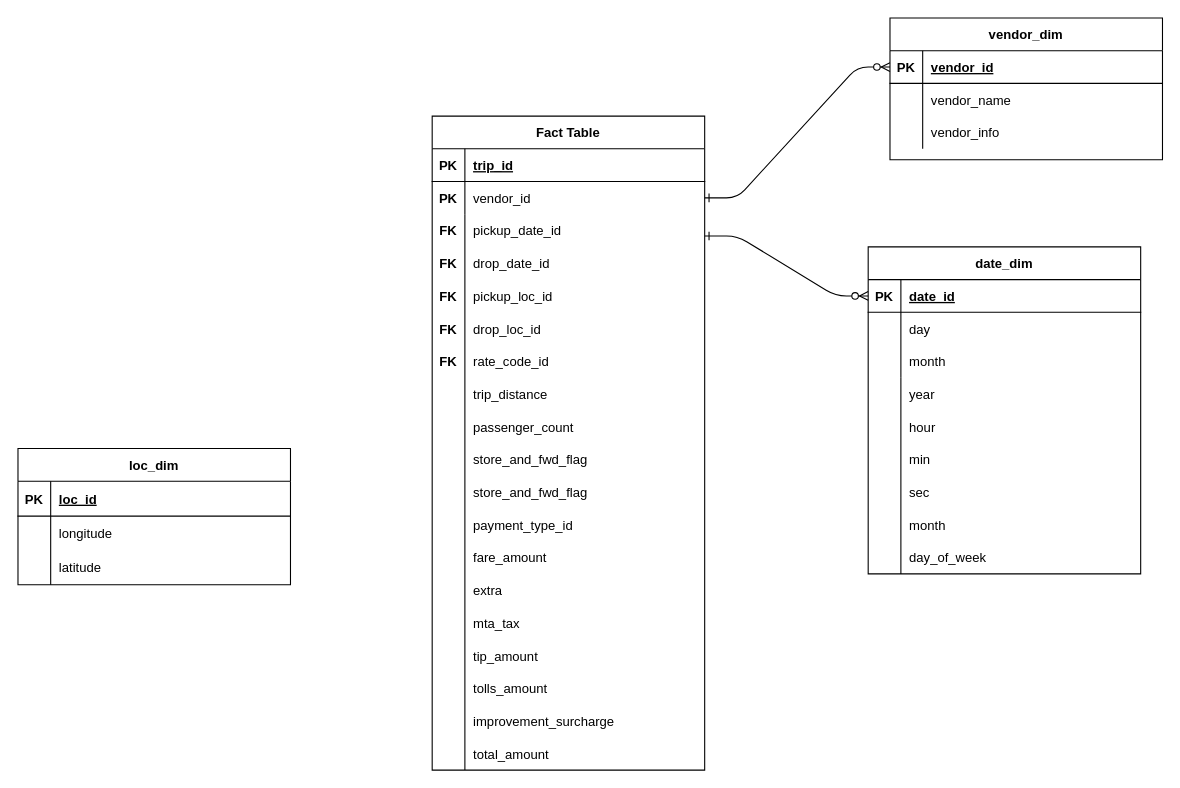
Before: Untitled Diagram.drawio in im-aditi/Uber-DataEngg, a draw.io diagram. Source tidied: cells renumbered, new cells numbered last; positions are measured from the earlier drawing's top-left corner, leaving out a move shared by most shapes. Both pictures are drawn from the tidied source at 109%, with x=0, y=0 at pixel (17, 17).
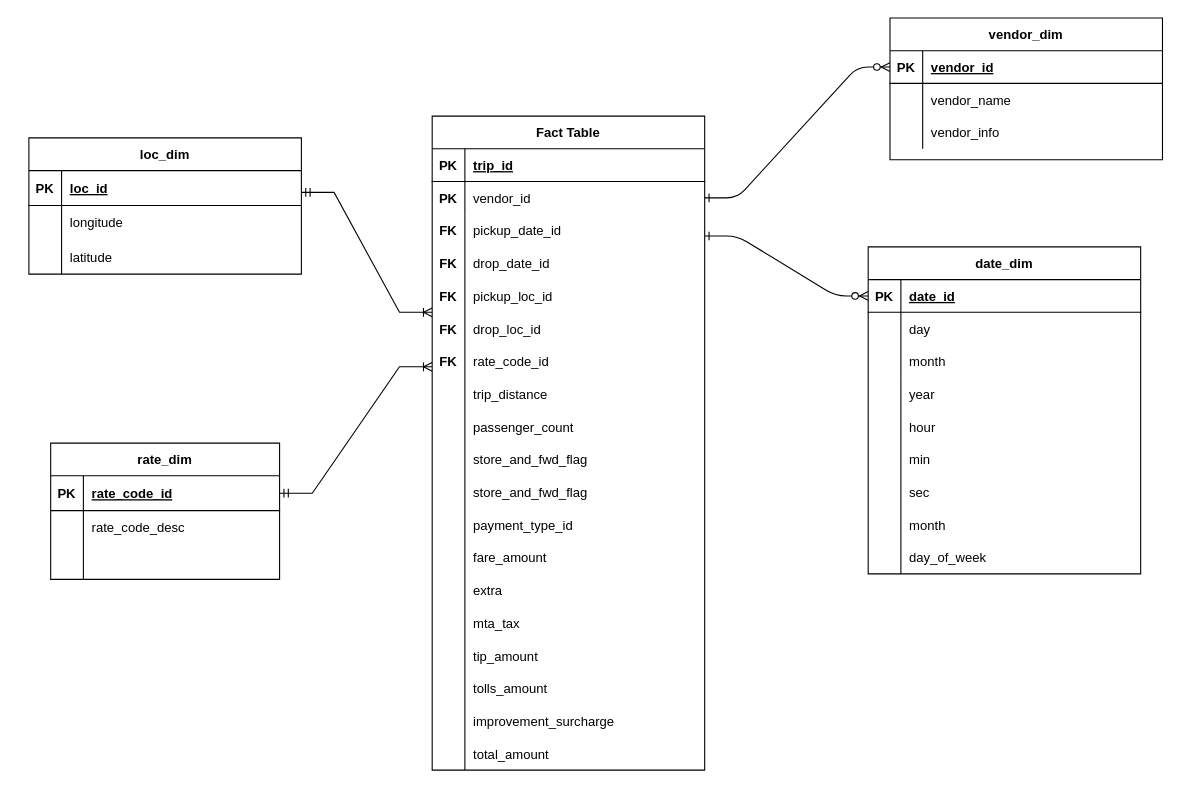
After the change.

Commit message:
Uber Data Model.drawio

Change to the diagram source:
```diff
@@
+    <mxCell id="72" style="edgeStyle=entityRelationEdgeStyle;fontSize=12;html=1;endArrow=ERoneToMany;startArrow=ERmandOne;rounded=0;exitX=1;exitY=0.5;exitDx=0;exitDy=0;" parent="1" edge="1" source="74">
+      <mxGeometry relative="1" as="geometry">
+        <mxPoint x="380" y="320" as="targetPoint" />
+      </mxGeometry>
+    </mxCell>
+    <mxCell id="73" value="rate_dim" style="shape=table;startSize=30;childLayout=tableLayout;rowLines=0;fontStyle=1;align=center;" parent="1" vertex="1">
+      <mxGeometry x="30" y="390" width="210" height="125" as="geometry" />
+    </mxCell>
+    <mxCell id="74" style="shape=partialRectangle;fillColor=none;points=[[0,0.5],[1,0.5]];portConstraint=eastwest;top=0;left=0;right=0;bottom=1;" parent="73" vertex="1">
+      <mxGeometry y="30" width="210" height="32" as="geometry" />
+    </mxCell>
+    <mxCell id="75" value="PK" style="shape=partialRectangle;overflow=hidden;fillColor=none;top=0;left=0;bottom=0;right=0;fontStyle=1;" parent="74" vertex="1">
+      <mxGeometry width="30" height="32" as="geometry" />
+    </mxCell>
+    <mxCell id="76" value="rate_code_id" style="shape=partialRectangle;overflow=hidden;fillColor=none;top=0;left=0;bottom=0;right=0;align=left;spacingLeft=6;fontStyle=5;" parent="74" vertex="1">
+      <mxGeometry x="30" width="180" height="32" as="geometry" />
+    </mxCell>
+    <mxCell id="77" style="shape=partialRectangle;fillColor=none;top=0;left=0;right=0;bottom=0;" parent="73" vertex="1">
+      <mxGeometry y="62" width="210" height="31" as="geometry" />
+    </mxCell>
+    <mxCell id="78" style="shape=partialRectangle;overflow=hidden;fillColor=none;top=0;left=0;bottom=0;right=0;" parent="77" vertex="1">
+      <mxGeometry width="30" height="31" as="geometry" />
+    </mxCell>
+    <mxCell id="79" value="rate_code_desc" style="shape=partialRectangle;overflow=hidden;fillColor=none;top=0;left=0;bottom=0;right=0;align=left;spacingLeft=6;" parent="77" vertex="1">
+      <mxGeometry x="30" width="180" height="31" as="geometry" />
+    </mxCell>
+    <mxCell id="80" style="shape=partialRectangle;fillColor=none;top=0;left=0;right=0;bottom=0;" parent="73" vertex="1">
+      <mxGeometry y="93" width="210" height="32" as="geometry" />
+    </mxCell>
+    <mxCell id="81" style="shape=partialRectangle;overflow=hidden;fillColor=none;top=0;left=0;bottom=0;right=0;" parent="80" vertex="1">
+      <mxGeometry width="30" height="32" as="geometry" />
+    </mxCell>
+    <mxCell id="82" style="shape=partialRectangle;overflow=hidden;fillColor=none;top=0;left=0;bottom=0;right=0;align=left;spacingLeft=6;" parent="80" vertex="1">
+      <mxGeometry x="30" width="180" height="32" as="geometry" />
+    </mxCell>
     <mxCell id="62" value="loc_dim" style="shape=table;startSize=30;childLayout=tableLayout;rowLines=0;fontStyle=1;align=center;" parent="1" vertex="1">
-      <mxGeometry y="395" width="250" height="125" as="geometry" />
+      <mxGeometry x="10" y="110" width="250" height="125" as="geometry" />
     </mxCell>
@@
+    <mxCell id="83" style="edgeStyle=entityRelationEdgeStyle;fontSize=12;html=1;endArrow=ERoneToMany;startArrow=ERmandOne;rounded=0;" parent="1" edge="1">
+      <mxGeometry relative="1" as="geometry">
+        <mxPoint x="260" y="160" as="sourcePoint" />
+        <mxPoint x="380" y="270" as="targetPoint" />
+        <Array as="points">
+          <mxPoint x="110" y="-10" />
+        </Array>
+      </mxGeometry>
+    </mxCell>
```
